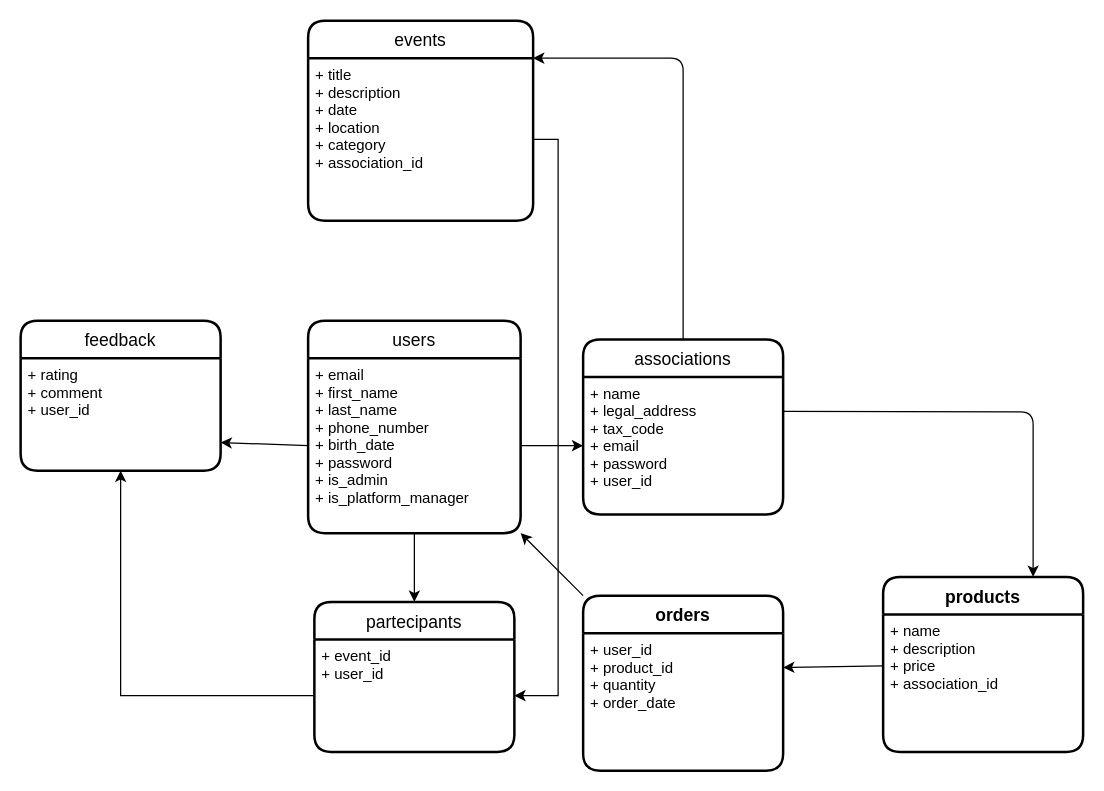
This is doc/associazioni-benefiche.drawio from francescococcia/associazioni-benefiche, a draw.io file, before an edit. Source tidied: cells renumbered, new cells numbered last; positions are measured from the earlier drawing's top-left corner, leaving out a move shared by most shapes. Both pictures are drawn from the tidied source at 125%, with x=0, y=0 at pixel (20, 20).
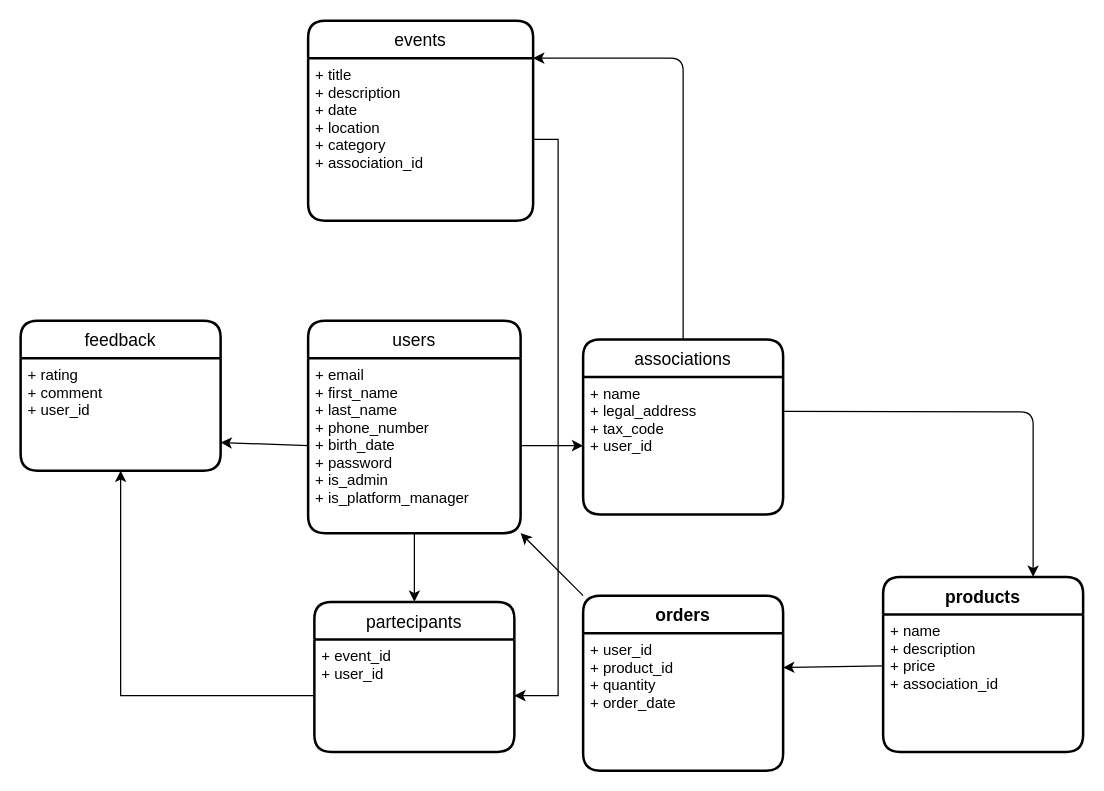
Above is the later version.

The change refers to these unchanged cells:
```xml
<mxCell id="14" value="associations" style="swimlane;horizontal=1;startSize=30;rounded=1;fontSize=14;fontStyle=0;strokeWidth=2;shadow=0;dashed=0;align=center;" parent="1" vertex="1">
  <mxGeometry x="450" y="255" width="160" height="140" as="geometry" />
</mxCell>
```

Diff of the diagram source:
```diff
@@
-    <mxCell id="15" value="+ name&#10;+ legal_address&#10;+ tax_code&#10;+ email&#10;+ password&#10;+ user_id" style="align=left;strokeColor=none;fillColor=none;spacingLeft=4;fontSize=12;verticalAlign=top;" parent="14" vertex="1">
+    <mxCell id="15" value="+ name&#10;+ legal_address&#10;+ tax_code&#10;+ user_id" style="align=left;strokeColor=none;fillColor=none;spacingLeft=4;fontSize=12;verticalAlign=top;" parent="14" vertex="1">
       <mxGeometry y="30" width="160" height="110" as="geometry" />
     </mxCell>
```
